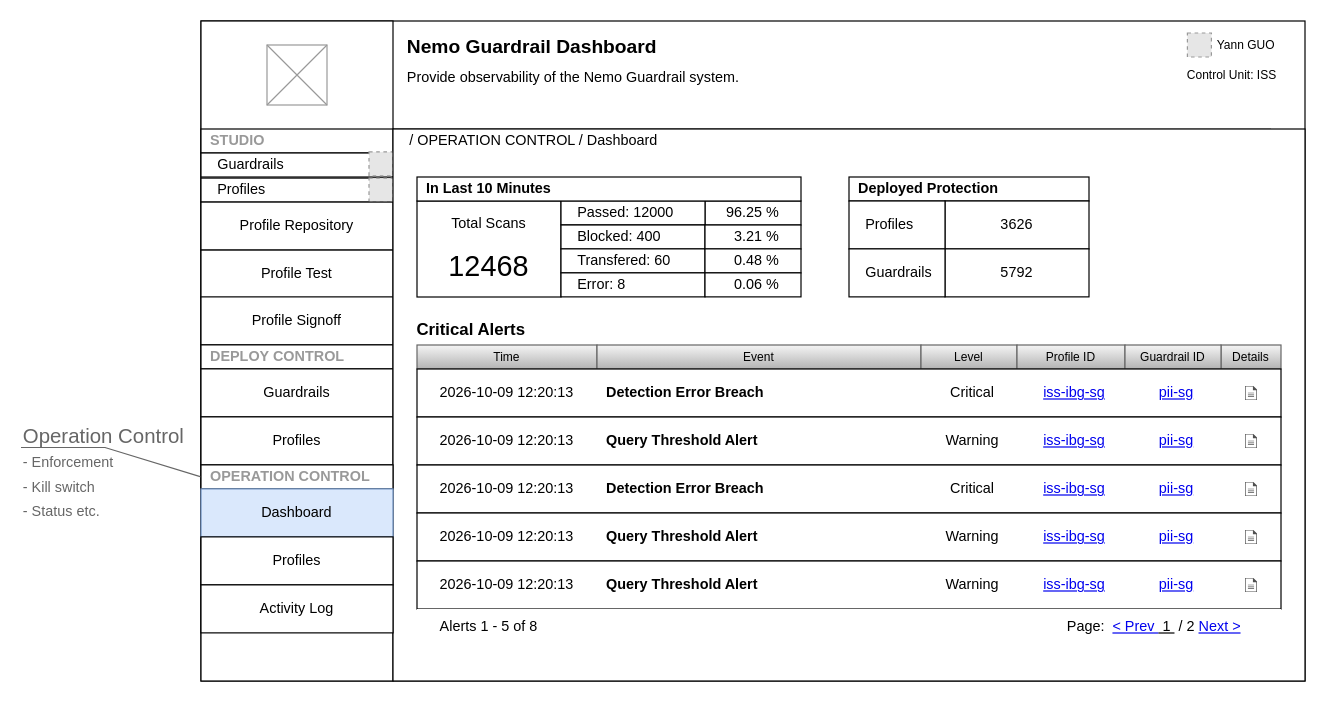
The draw.io diagram page "OC-DB-Index" (19 of 21) of NMGR.drawio in thinker-g/fx-drive, before the edit. Source tidied: cells renumbered, new cells numbered last; positions are measured from the earlier drawing's top-left corner, leaving out a move shared by most shapes. Both pictures are drawn from the tidied source at 120%, with x=0, y=0 at pixel (20, 20). Pictures stored in the file or linked from it are replaced by grey dashed boxes.
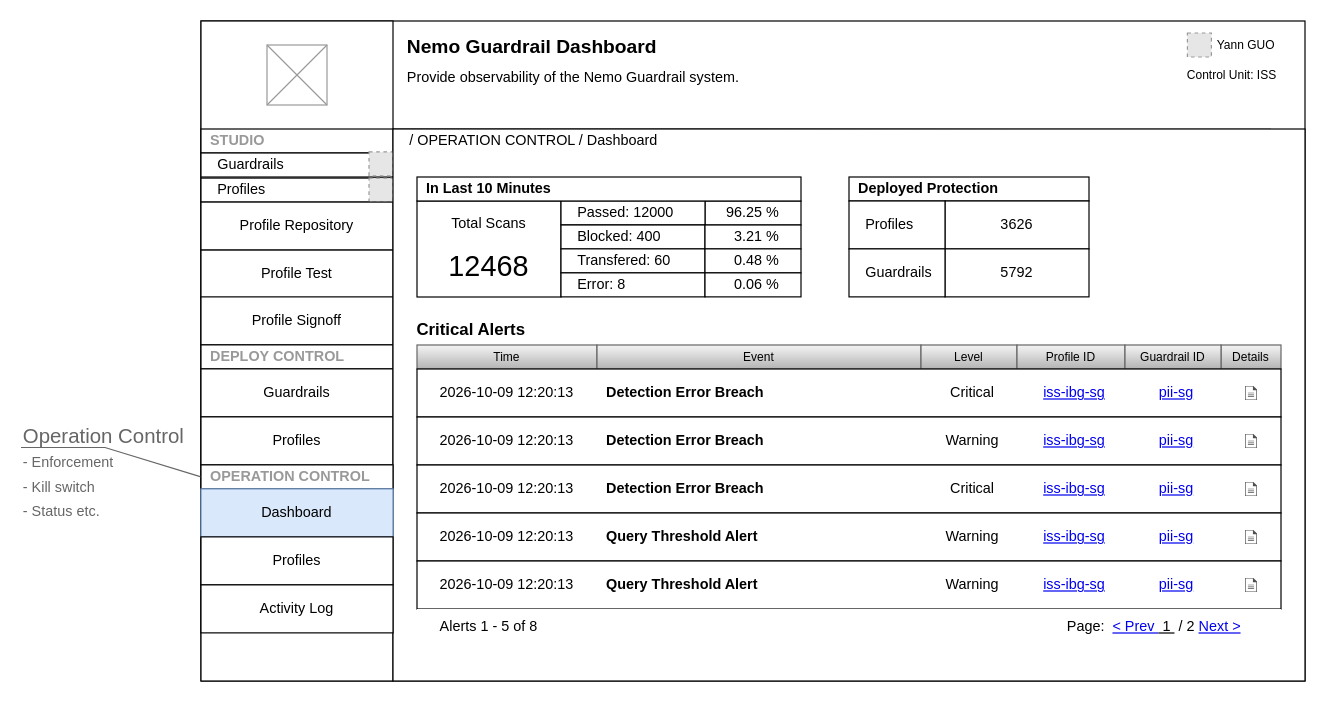
After the change.

Unchanged cells that the change refers to:
```xml
<mxCell id="56" style="group;" parent="22" vertex="1">
  <mxGeometry x="20" y="240" width="720" height="40" as="geometry" />
</mxCell>
```

Diff of the diagram source:
```diff
@@
-    <mxCell id="59" value="&lt;b&gt;Query Threshold Alert&amp;nbsp;&lt;/b&gt;" style="text;html=1;whiteSpace=wrap;strokeColor=none;fillColor=none;align=left;verticalAlign=middle;rounded=0;spacingLeft=6;spacing=2;" parent="56" vertex="1">
+    <mxCell id="59" value="&lt;b&gt;Detection Error Breach&lt;/b&gt;" style="text;html=1;whiteSpace=wrap;strokeColor=none;fillColor=none;align=left;verticalAlign=middle;rounded=0;spacingLeft=6;spacing=2;" parent="56" vertex="1">
       <mxGeometry x="150" width="270" height="40" as="geometry" />
     </mxCell>
```
